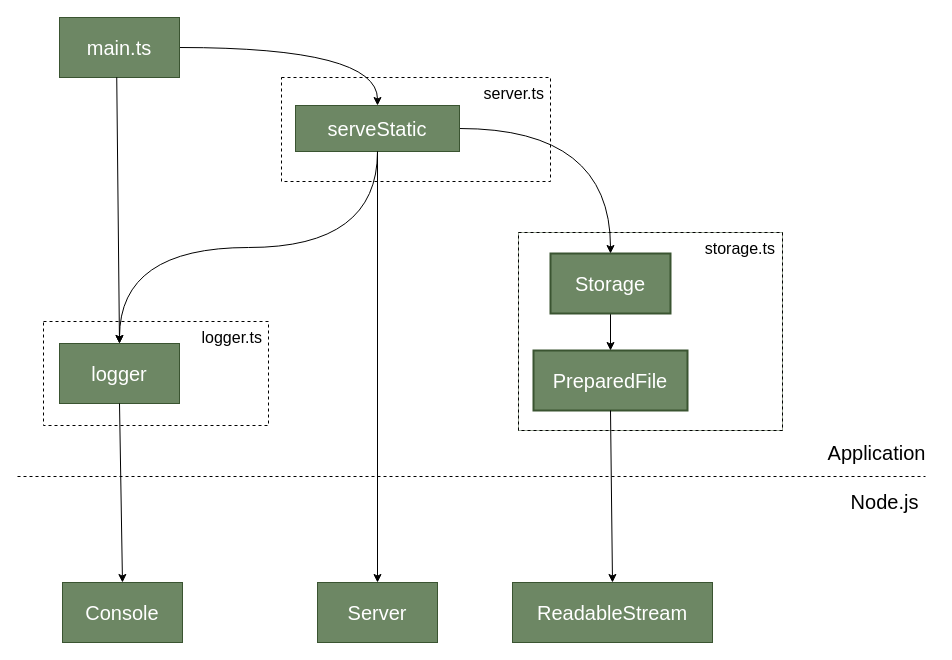
yialo/learn-smth keeps this draw.io diagram as metarhia/solid/dip/1_no-di/diagram.drawio. Above is the earlier version. Source tidied: cells renumbered, new cells numbered last; positions are measured from the earlier drawing's top-left corner, leaving out a move shared by most shapes. Both pictures are drawn from the tidied source at 100%, with x=0, y=0 at pixel (17, 17).
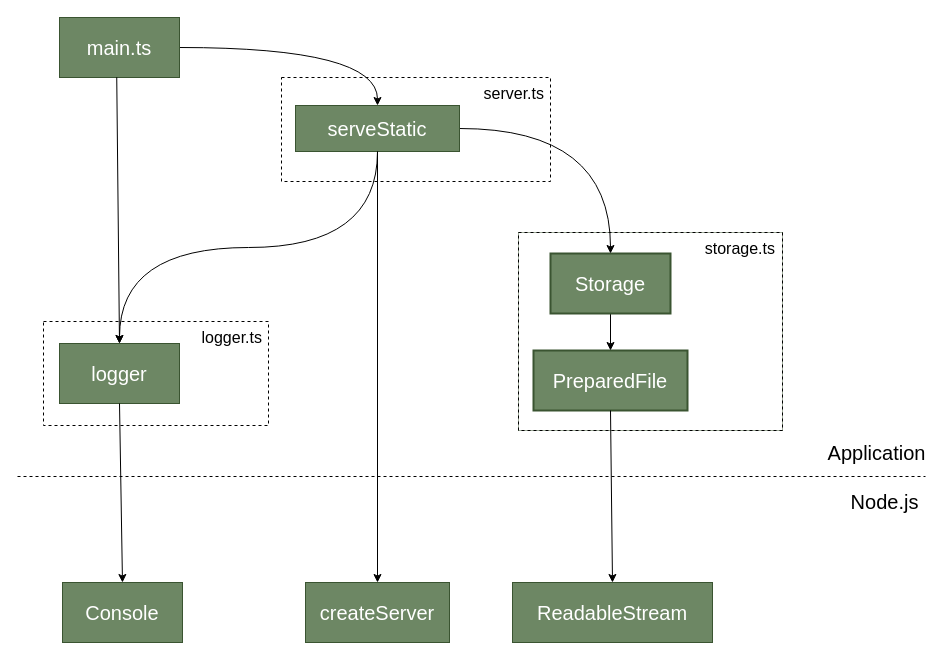
Above is the later version.

The edit, as a diff of the source:
```diff
@@
-    <mxCell id="21" value="Server" style="rounded=0;whiteSpace=wrap;html=1;fillColor=#6d8764;fontColor=#ffffff;strokeColor=#3A5431;align=center;verticalAlign=middle;fontFamily=Helvetica;fontSize=20;gradientColor=none;" parent="1" vertex="1">
-      <mxGeometry x="300" y="565" width="120" height="60" as="geometry" />
+    <mxCell id="21" value="createServer" style="rounded=0;whiteSpace=wrap;html=1;fillColor=#6d8764;fontColor=#ffffff;strokeColor=#3A5431;align=center;verticalAlign=middle;fontFamily=Helvetica;fontSize=20;gradientColor=none;" parent="1" vertex="1">
+      <mxGeometry x="288" y="565" width="144" height="60" as="geometry" />
     </mxCell>
```
